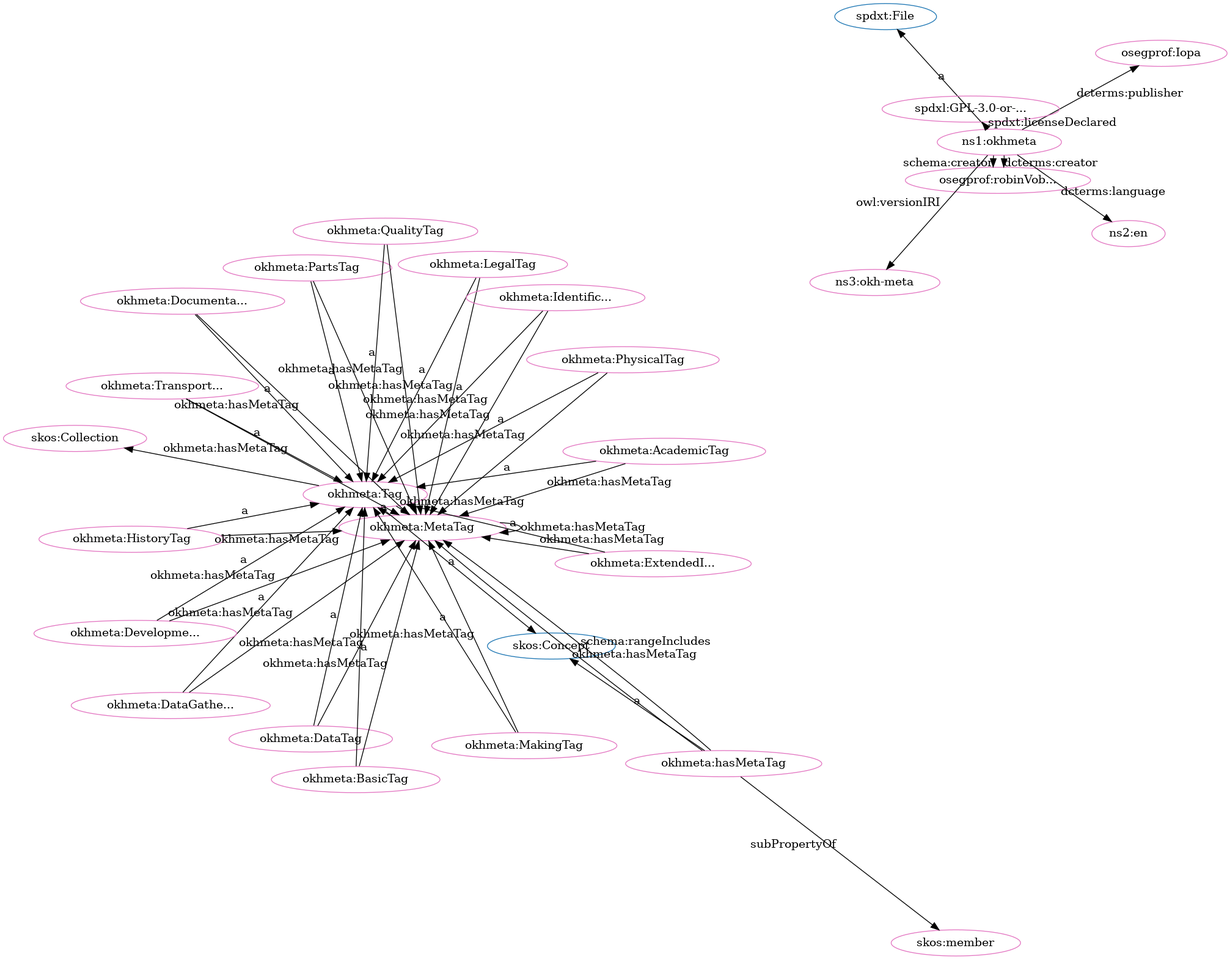
Earlier version of the Graphviz export src/spec/dot_okh-meta-clean.png (iop-alliance/OpenKnowHow). Its source is kept beside it as src/spec/dot_okh-meta-clean.dot.
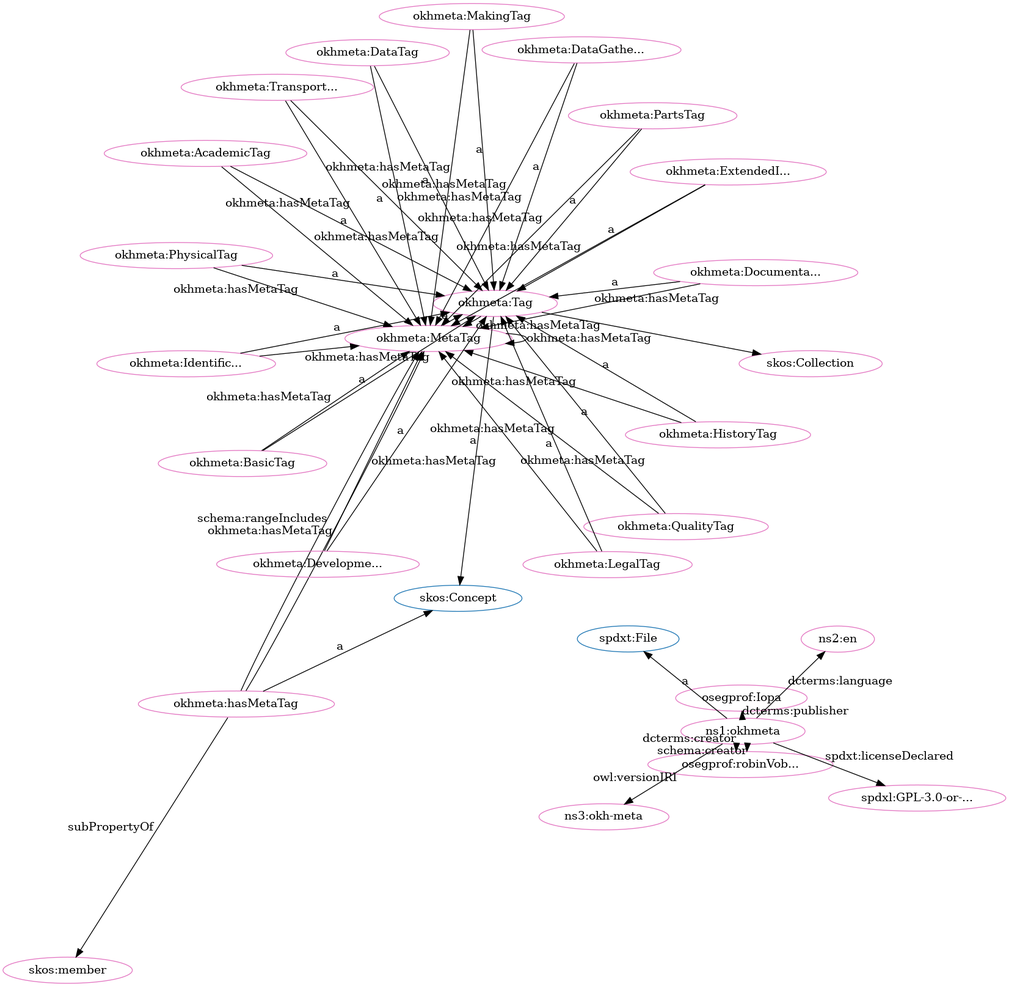
The same diagram one commit later.

Change to the diagram source:
```diff
@@ -1,81 +1,81 @@
 digraph G {
   rankdir=BT
   node[height=.3]
+"http://spdx.org/rdf/terms#File" [fillcolor="#1f77b4" color="#1f77b4" label="spdxt:File"]
+"http://www.w3.org/2004/02/skos/core#Concept" [fillcolor="#1f77b4" color="#1f77b4" label="skos:Concept"]
+"https://w3id.org/oseg/ont/okhmeta#MetaTag" [fillcolor="#1f77b4" color="#1f77b4" label="okhmeta:MetaTag"]
 "http://www.w3.org/2004/02/skos/core#Collection" [fillcolor="#1f77b4" color="#1f77b4" label="skos:Collection"]
-"http://spdx.org/rdf/terms#File" [fillcolor="#1f77b4" color="#1f77b4" label="spdxt:File"]
-"https://w3id.org/oseg/ont/okhmeta#MetaTag" [fillcolor="#1f77b4" color="#1f77b4" label="okhmeta:MetaTag"]
-"http://www.w3.org/2004/02/skos/core#Concept" [fillcolor="#1f77b4" color="#1f77b4" label="skos:Concept"]
 "https://w3id.org/oseg/ont/okhmeta#Tag" [fillcolor="#1f77b4" color="#1f77b4" label="okhmeta:Tag"]
 "https://w3id.org/oseg/ont/okhmeta#MetaTag" [fillcolor="#e377c2" color="#e377c2" label="okhmeta:MetaTag"]
-"https://w3id.org/oseg/ont/okhmeta#LegalTag" [fillcolor="#e377c2" color="#e377c2" label="okhmeta:LegalTag"]
+"https://w3id.org/oseg/ont/okhmeta#PhysicalTag" [fillcolor="#e377c2" color="#e377c2" label="okhmeta:PhysicalTag"]
+"https://w3id.org/oseg/ont/okhmeta#AcademicTag" [fillcolor="#e377c2" color="#e377c2" label="okhmeta:AcademicTag"]
+"https://spdx.org/licenses/GPL-3.0-or-later" [fillcolor="#e377c2" color="#e377c2" label="spdxl:GPL-3.0-or-..."]
+"https://w3id.org/oseg/ont/oseg-profiles#robinVobruba" [fillcolor="#e377c2" color="#e377c2" label="osegprof:robinVob..."]
+"https://w3id.org/oseg/ont/okhmeta#BasicTag" [fillcolor="#e377c2" color="#e377c2" label="okhmeta:BasicTag"]
+"https://w3id.org/oseg/ont/okhmeta#hasMetaTag" [fillcolor="#e377c2" color="#e377c2" label="okhmeta:hasMetaTag"]
 "https://w3id.org/oseg/ont/oseg-profiles#Iopa" [fillcolor="#e377c2" color="#e377c2" label="osegprof:Iopa"]
-"http://www.w3.org/2004/02/skos/core#Collection" [fillcolor="#e377c2" color="#e377c2" label="skos:Collection"]
-"https://w3id.org/oseg/ont/okhmeta#PartsTag" [fillcolor="#e377c2" color="#e377c2" label="okhmeta:PartsTag"]
-"https://w3id.org/oseg/ont/okhmeta#DataGatheringTag" [fillcolor="#e377c2" color="#e377c2" label="okhmeta:DataGathe..."]
+"https://w3id.org/oseg/ont/okhmeta" [fillcolor="#e377c2" color="#e377c2" label="ns1:okhmeta"]
+"http://www.w3.org/2004/02/skos/core#member" [fillcolor="#e377c2" color="#e377c2" label="skos:member"]
 "https://w3id.org/oseg/ont/okhmeta#HistoryTag" [fillcolor="#e377c2" color="#e377c2" label="okhmeta:HistoryTag"]
 "https://w3id.org/oseg/ont/okhmeta#MakingTag" [fillcolor="#e377c2" color="#e377c2" label="okhmeta:MakingTag"]
+"https://w3id.org/oseg/ont/okhmeta#DevelopmentTag" [fillcolor="#e377c2" color="#e377c2" label="okhmeta:Developme..."]
+"https://w3id.org/oseg/ont/okhmeta#DataGatheringTag" [fillcolor="#e377c2" color="#e377c2" label="okhmeta:DataGathe..."]
+"http://id.loc.gov/vocabulary/iso639-1/en" [fillcolor="#e377c2" color="#e377c2" label="ns2:en"]
 "https://w3id.org/oseg/ont/okhmeta#ExtendedInfoTag" [fillcolor="#e377c2" color="#e377c2" label="okhmeta:ExtendedI..."]
+"https://w3id.org/oseg/ont/okhmeta#Tag" [fillcolor="#e377c2" color="#e377c2" label="okhmeta:Tag"]
+"https://w3id.org/oseg/ont/okhmeta#PartsTag" [fillcolor="#e377c2" color="#e377c2" label="okhmeta:PartsTag"]
+"https://w3id.org/oseg/ont/okhmeta#QualityTag" [fillcolor="#e377c2" color="#e377c2" label="okhmeta:QualityTag"]
+"https://w3id.org/oseg/ont/okhmeta#DocumentationTag" [fillcolor="#e377c2" color="#e377c2" label="okhmeta:Documenta..."]
 "https://w3id.org/oseg/ont/okhmeta#IdentificationTag" [fillcolor="#e377c2" color="#e377c2" label="okhmeta:Identific..."]
-"https://w3id.org/oseg/ont/okhmeta#DocumentationTag" [fillcolor="#e377c2" color="#e377c2" label="okhmeta:Documenta..."]
-"https://w3id.org/oseg/ont/oseg-profiles#robinVobruba" [fillcolor="#e377c2" color="#e377c2" label="osegprof:robinVob..."]
-"https://w3id.org/oseg/ont/okhmeta#hasMetaTag" [fillcolor="#e377c2" color="#e377c2" label="okhmeta:hasMetaTag"]
-"https://w3id.org/oseg/ont/okhmeta#PhysicalTag" [fillcolor="#e377c2" color="#e377c2" label="okhmeta:PhysicalTag"]
+"https://w3id.org/oseg/ont/1.1.0/okh-meta" [fillcolor="#e377c2" color="#e377c2" label="ns3:okh-meta"]
+"http://www.w3.org/2004/02/skos/core#Collection" [fillcolor="#e377c2" color="#e377c2" label="skos:Collection"]
+"https://w3id.org/oseg/ont/okhmeta#LegalTag" [fillcolor="#e377c2" color="#e377c2" label="okhmeta:LegalTag"]
+"https://w3id.org/oseg/ont/okhmeta#DataTag" [fillcolor="#e377c2" color="#e377c2" label="okhmeta:DataTag"]
 "https://w3id.org/oseg/ont/okhmeta#TransportationTag" [fillcolor="#e377c2" color="#e377c2" label="okhmeta:Transport..."]
-"https://w3id.org/oseg/ont/okhmeta" [fillcolor="#e377c2" color="#e377c2" label="ns1:okhmeta"]
-"http://id.loc.gov/vocabulary/iso639-1/en" [fillcolor="#e377c2" color="#e377c2" label="ns2:en"]
-"https://spdx.org/licenses/GPL-3.0-or-later" [fillcolor="#e377c2" color="#e377c2" label="spdxl:GPL-3.0-or-..."]
-"https://w3id.org/oseg/ont/okhmeta#Tag" [fillcolor="#e377c2" color="#e377c2" label="okhmeta:Tag"]
-"https://w3id.org/oseg/ont/okhmeta#DataTag" [fillcolor="#e377c2" color="#e377c2" label="okhmeta:DataTag"]
-"https://w3id.org/oseg/ont/okhmeta#BasicTag" [fillcolor="#e377c2" color="#e377c2" label="okhmeta:BasicTag"]
-"https://w3id.org/oseg/ont/okhmeta#QualityTag" [fillcolor="#e377c2" color="#e377c2" label="okhmeta:QualityTag"]
-"https://w3id.org/oseg/ont/okhmeta#AcademicTag" [fillcolor="#e377c2" color="#e377c2" label="okhmeta:AcademicTag"]
-"http://www.w3.org/2004/02/skos/core#member" [fillcolor="#e377c2" color="#e377c2" label="skos:member"]
-"https://w3id.org/oseg/ont/okhmeta#DevelopmentTag" [fillcolor="#e377c2" color="#e377c2" label="okhmeta:Developme..."]
-"https://w3id.org/oseg/ont/1.1.0/okh-meta" [fillcolor="#e377c2" color="#e377c2" label="ns3:okh-meta"]
+  "https://w3id.org/oseg/ont/okhmeta#DevelopmentTag" -> "https://w3id.org/oseg/ont/okhmeta#MetaTag" [label="okhmeta:hasMetaTag"]
+  "https://w3id.org/oseg/ont/okhmeta#TransportationTag" -> "https://w3id.org/oseg/ont/okhmeta#MetaTag" [label="okhmeta:hasMetaTag"]
+  "https://w3id.org/oseg/ont/okhmeta#AcademicTag" -> "https://w3id.org/oseg/ont/okhmeta#MetaTag" [label="okhmeta:hasMetaTag"]
+  "https://w3id.org/oseg/ont/okhmeta" -> "https://spdx.org/licenses/GPL-3.0-or-later" [label="spdxt:licenseDeclared"]
+  "https://w3id.org/oseg/ont/okhmeta" -> "https://w3id.org/oseg/ont/oseg-profiles#robinVobruba" [label="schema:creator"]
+  "https://w3id.org/oseg/ont/okhmeta#BasicTag" -> "https://w3id.org/oseg/ont/okhmeta#Tag" [label="a"]
+  "https://w3id.org/oseg/ont/okhmeta#hasMetaTag" -> "http://www.w3.org/2004/02/skos/core#member" [label="subPropertyOf"]
+  "https://w3id.org/oseg/ont/okhmeta#hasMetaTag" -> "https://w3id.org/oseg/ont/okhmeta#MetaTag" [label="schema:rangeIncludes"]
+  "https://w3id.org/oseg/ont/okhmeta" -> "http://spdx.org/rdf/terms#File" [label="a"]
+  "https://w3id.org/oseg/ont/okhmeta" -> "https://w3id.org/oseg/ont/oseg-profiles#robinVobruba" [label="dcterms:creator"]
+  "https://w3id.org/oseg/ont/okhmeta#HistoryTag" -> "https://w3id.org/oseg/ont/okhmeta#MetaTag" [label="okhmeta:hasMetaTag"]
+  "https://w3id.org/oseg/ont/okhmeta#MakingTag" -> "https://w3id.org/oseg/ont/okhmeta#Tag" [label="a"]
+  "https://w3id.org/oseg/ont/okhmeta#DevelopmentTag" -> "https://w3id.org/oseg/ont/okhmeta#Tag" [label="a"]
+  "https://w3id.org/oseg/ont/okhmeta#DataGatheringTag" -> "https://w3id.org/oseg/ont/okhmeta#MetaTag" [label="okhmeta:hasMetaTag"]
+  "https://w3id.org/oseg/ont/okhmeta#MakingTag" -> "https://w3id.org/oseg/ont/okhmeta#MetaTag" [label="okhmeta:hasMetaTag"]
+  "https://w3id.org/oseg/ont/okhmeta#ExtendedInfoTag" -> "https://w3id.org/oseg/ont/okhmeta#Tag" [label="a"]
+  "https://w3id.org/oseg/ont/okhmeta#hasMetaTag" -> "https://w3id.org/oseg/ont/okhmeta#MetaTag" [label="okhmeta:hasMetaTag"]
+  "https://w3id.org/oseg/ont/okhmeta#MetaTag" -> "https://w3id.org/oseg/ont/okhmeta#MetaTag" [label="okhmeta:hasMetaTag"]
   "https://w3id.org/oseg/ont/okhmeta#DocumentationTag" -> "https://w3id.org/oseg/ont/okhmeta#MetaTag" [label="okhmeta:hasMetaTag"]
+  "https://w3id.org/oseg/ont/okhmeta#IdentificationTag" -> "https://w3id.org/oseg/ont/okhmeta#Tag" [label="a"]
+  "https://w3id.org/oseg/ont/okhmeta" -> "https://w3id.org/oseg/ont/1.1.0/okh-meta" [label="owl:versionIRI"]
+  "https://w3id.org/oseg/ont/okhmeta#LegalTag" -> "https://w3id.org/oseg/ont/okhmeta#MetaTag" [label="okhmeta:hasMetaTag"]
+  "https://w3id.org/oseg/ont/okhmeta#Tag" -> "http://www.w3.org/2004/02/skos/core#Collection" [label=""]
+  "https://w3id.org/oseg/ont/okhmeta#DataTag" -> "https://w3id.org/oseg/ont/okhmeta#Tag" [label="a"]
+  "https://w3id.org/oseg/ont/okhmeta#DataTag" -> "https://w3id.org/oseg/ont/okhmeta#MetaTag" [label="okhmeta:hasMetaTag"]
+  "https://w3id.org/oseg/ont/okhmeta#PhysicalTag" -> "https://w3id.org/oseg/ont/okhmeta#Tag" [label="a"]
+  "https://w3id.org/oseg/ont/okhmeta#PhysicalTag" -> "https://w3id.org/oseg/ont/okhmeta#MetaTag" [label="okhmeta:hasMetaTag"]
+  "https://w3id.org/oseg/ont/okhmeta#AcademicTag" -> "https://w3id.org/oseg/ont/okhmeta#Tag" [label="a"]
+  "https://w3id.org/oseg/ont/okhmeta#QualityTag" -> "https://w3id.org/oseg/ont/okhmeta#MetaTag" [label="okhmeta:hasMetaTag"]
+  "https://w3id.org/oseg/ont/okhmeta#PartsTag" -> "https://w3id.org/oseg/ont/okhmeta#MetaTag" [label="okhmeta:hasMetaTag"]
   "https://w3id.org/oseg/ont/okhmeta" -> "https://w3id.org/oseg/ont/oseg-profiles#Iopa" [label="dcterms:publisher"]
-  "https://w3id.org/oseg/ont/okhmeta#Tag" -> "http://www.w3.org/2004/02/skos/core#Collection" [label=""]
-  "https://w3id.org/oseg/ont/okhmeta#MetaTag" -> "https://w3id.org/oseg/ont/okhmeta#MetaTag" [label="okhmeta:hasMetaTag"]
-  "https://w3id.org/oseg/ont/okhmeta#PhysicalTag" -> "https://w3id.org/oseg/ont/okhmeta#MetaTag" [label="okhmeta:hasMetaTag"]
-  "https://w3id.org/oseg/ont/okhmeta#PartsTag" -> "https://w3id.org/oseg/ont/okhmeta#Tag" [label="a"]
+  "https://w3id.org/oseg/ont/okhmeta#HistoryTag" -> "https://w3id.org/oseg/ont/okhmeta#Tag" [label="a"]
+  "https://w3id.org/oseg/ont/okhmeta#ExtendedInfoTag" -> "https://w3id.org/oseg/ont/okhmeta#MetaTag" [label="okhmeta:hasMetaTag"]
   "https://w3id.org/oseg/ont/okhmeta#DataGatheringTag" -> "https://w3id.org/oseg/ont/okhmeta#Tag" [label="a"]
-  "https://w3id.org/oseg/ont/okhmeta#HistoryTag" -> "https://w3id.org/oseg/ont/okhmeta#Tag" [label="a"]
-  "https://w3id.org/oseg/ont/okhmeta#MakingTag" -> "https://w3id.org/oseg/ont/okhmeta#Tag" [label="a"]
-  "https://w3id.org/oseg/ont/okhmeta#DevelopmentTag" -> "https://w3id.org/oseg/ont/okhmeta#MetaTag" [label="okhmeta:hasMetaTag"]
-  "https://w3id.org/oseg/ont/okhmeta#IdentificationTag" -> "https://w3id.org/oseg/ont/okhmeta#Tag" [label="a"]
-  "https://w3id.org/oseg/ont/okhmeta#HistoryTag" -> "https://w3id.org/oseg/ont/okhmeta#MetaTag" [label="okhmeta:hasMetaTag"]
-  "https://w3id.org/oseg/ont/okhmeta#BasicTag" -> "https://w3id.org/oseg/ont/okhmeta#MetaTag" [label="okhmeta:hasMetaTag"]
-  "https://w3id.org/oseg/ont/okhmeta" -> "https://spdx.org/licenses/GPL-3.0-or-later" [label="spdxt:licenseDeclared"]
-  "https://w3id.org/oseg/ont/okhmeta#QualityTag" -> "https://w3id.org/oseg/ont/okhmeta#MetaTag" [label="okhmeta:hasMetaTag"]
-  "https://w3id.org/oseg/ont/okhmeta#DataTag" -> "https://w3id.org/oseg/ont/okhmeta#Tag" [label="a"]
-  "https://w3id.org/oseg/ont/okhmeta#AcademicTag" -> "https://w3id.org/oseg/ont/okhmeta#MetaTag" [label="okhmeta:hasMetaTag"]
-  "https://w3id.org/oseg/ont/okhmeta#BasicTag" -> "https://w3id.org/oseg/ont/okhmeta#Tag" [label="a"]
-  "https://w3id.org/oseg/ont/okhmeta#MetaTag" -> "https://w3id.org/oseg/ont/okhmeta#Tag" [label="a"]
-  "https://w3id.org/oseg/ont/okhmeta#QualityTag" -> "https://w3id.org/oseg/ont/okhmeta#Tag" [label="a"]
-  "https://w3id.org/oseg/ont/okhmeta#ExtendedInfoTag" -> "https://w3id.org/oseg/ont/okhmeta#MetaTag" [label="okhmeta:hasMetaTag"]
-  "https://w3id.org/oseg/ont/okhmeta#AcademicTag" -> "https://w3id.org/oseg/ont/okhmeta#Tag" [label="a"]
-  "https://w3id.org/oseg/ont/okhmeta#hasMetaTag" -> "http://www.w3.org/2004/02/skos/core#member" [label="subPropertyOf"]
-  "https://w3id.org/oseg/ont/okhmeta#Tag" -> "https://w3id.org/oseg/ont/okhmeta#MetaTag" [label="okhmeta:hasMetaTag"]
-  "https://w3id.org/oseg/ont/okhmeta" -> "https://w3id.org/oseg/ont/oseg-profiles#robinVobruba" [label="dcterms:creator"]
-  "https://w3id.org/oseg/ont/okhmeta" -> "https://w3id.org/oseg/ont/1.1.0/okh-meta" [label="owl:versionIRI"]
-  "https://w3id.org/oseg/ont/okhmeta#hasMetaTag" -> "https://w3id.org/oseg/ont/okhmeta#MetaTag" [label="okhmeta:hasMetaTag"]
-  "https://w3id.org/oseg/ont/okhmeta#LegalTag" -> "https://w3id.org/oseg/ont/okhmeta#Tag" [label="a"]
-  "https://w3id.org/oseg/ont/okhmeta#DataTag" -> "https://w3id.org/oseg/ont/okhmeta#MetaTag" [label="okhmeta:hasMetaTag"]
-  "https://w3id.org/oseg/ont/okhmeta#hasMetaTag" -> "https://w3id.org/oseg/ont/okhmeta#MetaTag" [label="schema:rangeIncludes"]
-  "https://w3id.org/oseg/ont/okhmeta#ExtendedInfoTag" -> "https://w3id.org/oseg/ont/okhmeta#Tag" [label="a"]
-  "https://w3id.org/oseg/ont/okhmeta#DocumentationTag" -> "https://w3id.org/oseg/ont/okhmeta#Tag" [label="a"]
-  "https://w3id.org/oseg/ont/okhmeta#TransportationTag" -> "https://w3id.org/oseg/ont/okhmeta#MetaTag" [label="okhmeta:hasMetaTag"]
-  "https://w3id.org/oseg/ont/okhmeta#LegalTag" -> "https://w3id.org/oseg/ont/okhmeta#MetaTag" [label="okhmeta:hasMetaTag"]
-  "https://w3id.org/oseg/ont/okhmeta" -> "https://w3id.org/oseg/ont/oseg-profiles#robinVobruba" [label="schema:creator"]
-  "https://w3id.org/oseg/ont/okhmeta#PhysicalTag" -> "https://w3id.org/oseg/ont/okhmeta#Tag" [label="a"]
-  "https://w3id.org/oseg/ont/okhmeta#TransportationTag" -> "https://w3id.org/oseg/ont/okhmeta#Tag" [label="a"]
-  "https://w3id.org/oseg/ont/okhmeta#PartsTag" -> "https://w3id.org/oseg/ont/okhmeta#MetaTag" [label="okhmeta:hasMetaTag"]
   "https://w3id.org/oseg/ont/okhmeta" -> "http://id.loc.gov/vocabulary/iso639-1/en" [label="dcterms:language"]
   "https://w3id.org/oseg/ont/okhmeta#Tag" -> "http://www.w3.org/2004/02/skos/core#Concept" [label="a"]
+  "https://w3id.org/oseg/ont/okhmeta#PartsTag" -> "https://w3id.org/oseg/ont/okhmeta#Tag" [label="a"]
+  "https://w3id.org/oseg/ont/okhmeta#BasicTag" -> "https://w3id.org/oseg/ont/okhmeta#MetaTag" [label="okhmeta:hasMetaTag"]
+  "https://w3id.org/oseg/ont/okhmeta#QualityTag" -> "https://w3id.org/oseg/ont/okhmeta#Tag" [label="a"]
+  "https://w3id.org/oseg/ont/okhmeta#DocumentationTag" -> "https://w3id.org/oseg/ont/okhmeta#Tag" [label="a"]
+  "https://w3id.org/oseg/ont/okhmeta#IdentificationTag" -> "https://w3id.org/oseg/ont/okhmeta#MetaTag" [label="okhmeta:hasMetaTag"]
+  "https://w3id.org/oseg/ont/okhmeta#MetaTag" -> "https://w3id.org/oseg/ont/okhmeta#Tag" [label="a"]
   "https://w3id.org/oseg/ont/okhmeta#hasMetaTag" -> "http://www.w3.org/2004/02/skos/core#Concept" [label="a"]
-  "https://w3id.org/oseg/ont/okhmeta" -> "http://spdx.org/rdf/terms#File" [label="a"]
-  "https://w3id.org/oseg/ont/okhmeta#DataGatheringTag" -> "https://w3id.org/oseg/ont/okhmeta#MetaTag" [label="okhmeta:hasMetaTag"]
-  "https://w3id.org/oseg/ont/okhmeta#MakingTag" -> "https://w3id.org/oseg/ont/okhmeta#MetaTag" [label="okhmeta:hasMetaTag"]
-  "https://w3id.org/oseg/ont/okhmeta#IdentificationTag" -> "https://w3id.org/oseg/ont/okhmeta#MetaTag" [label="okhmeta:hasMetaTag"]
-  "https://w3id.org/oseg/ont/okhmeta#DevelopmentTag" -> "https://w3id.org/oseg/ont/okhmeta#Tag" [label="a"]
+  "https://w3id.org/oseg/ont/okhmeta#Tag" -> "https://w3id.org/oseg/ont/okhmeta#MetaTag" [label="okhmeta:hasMetaTag"]
+  "https://w3id.org/oseg/ont/okhmeta#LegalTag" -> "https://w3id.org/oseg/ont/okhmeta#Tag" [label="a"]
+  "https://w3id.org/oseg/ont/okhmeta#TransportationTag" -> "https://w3id.org/oseg/ont/okhmeta#Tag" [label="a"]
 }
```
